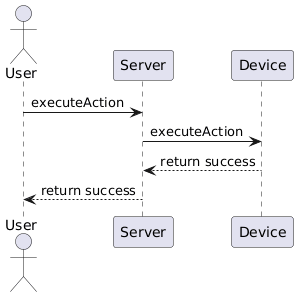
The PlantUML diagram diagrams/generated/device_actions.png in DomoticASW/.github, before a commit.
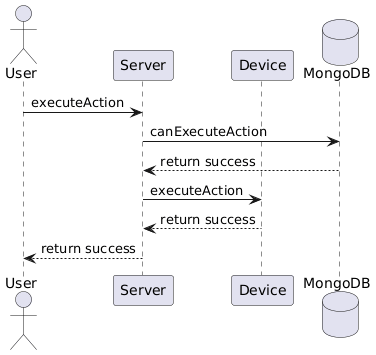
The same file after the commit.

Commit message:
Update device actions sequence idagram

What changed in the source:
```diff
@@ -3,8 +3,11 @@
 actor User as user
 participant Server as server
 participant Device as device
+database MongoDB as mongo
 
 user -> server: executeAction
+server -> mongo: canExecuteAction
+mongo --> server: return success
 server -> device: executeAction
 device --> server: return success
 server --> user: return success
```
